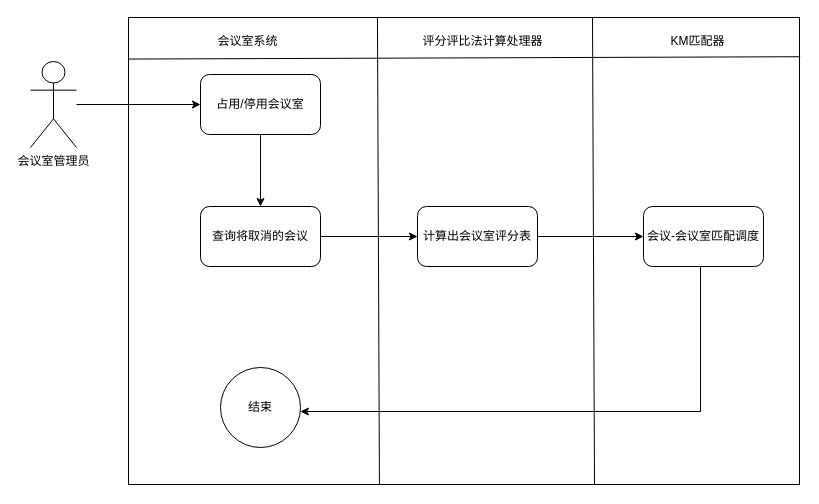
The draw.io diagram 专利11.drawio in laowang-cloud/diagrams, before the edit. Source tidied: cells renumbered, new cells numbered last; positions are measured from the earlier drawing's top-left corner, leaving out a move shared by most shapes. Both pictures are drawn from the tidied source at 100%, with x=0, y=0 at pixel (30, 17).
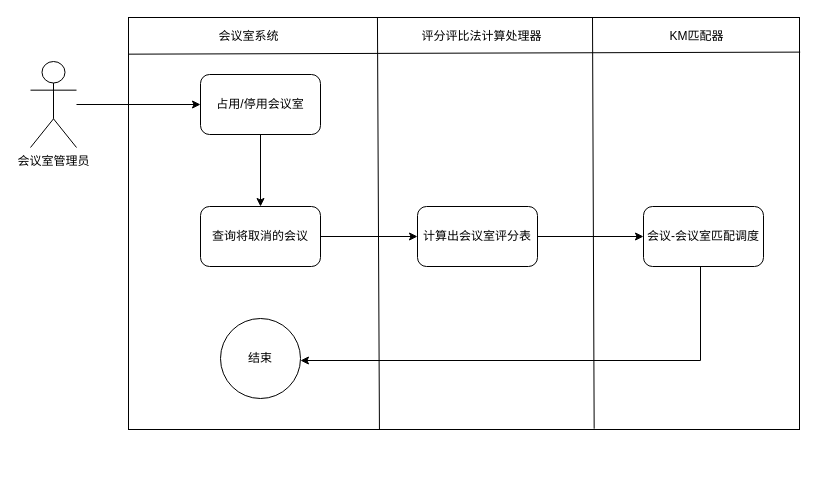
The same diagram, later.

Unchanged cells that the change refers to:
```xml
<mxCell id="10" value="会议-会议室匹配调度" style="rounded=1;whiteSpace=wrap;html=1;" parent="1" vertex="1">
  <mxGeometry x="613" y="189" width="120" height="60" as="geometry" />
</mxCell>
```

The edit, as a diff of the source:
```diff
@@
     <mxCell id="2" style="rounded=0;whiteSpace=wrap;html=1;" parent="1" vertex="1">
-      <mxGeometry x="98" width="671" height="467" as="geometry" />
+      <mxGeometry x="98" width="671" height="412" as="geometry" />
     </mxCell>
@@
     <mxCell id="9" style="edgeStyle=orthogonalEdgeStyle;rounded=0;jettySize=auto;html=1;" parent="1" edge="1" source="10" target="11">
       <mxGeometry relative="1" as="geometry">
         <Array as="points">
-          <mxPoint x="670" y="394" />
+          <mxPoint x="670" y="343" />
         </Array>
       </mxGeometry>
     </mxCell>
@@
     <mxCell id="11" value="结束" style="ellipse;whiteSpace=wrap;html=1;" parent="1" vertex="1">
-      <mxGeometry x="190" y="350" width="80" height="80" as="geometry" />
+      <mxGeometry x="190" y="301" width="80" height="80" as="geometry" />
     </mxCell>
@@
-    <mxCell id="16" style="endArrow=none;html=1;rounded=0;entryX=0.371;entryY=-0.001;entryDx=0;entryDy=0;entryPerimeter=0;exitX=0.374;exitY=1;exitDx=0;exitDy=0;exitPerimeter=0;" parent="1" edge="1">
+    <mxCell id="16" style="endArrow=none;html=1;rounded=0;entryX=0.371;entryY=-0.001;entryDx=0;entryDy=0;entryPerimeter=0;exitX=0.694;exitY=0.998;exitDx=0;exitDy=0;exitPerimeter=0;" parent="1" edge="1" source="2">
       <mxGeometry relative="1" as="geometry">
-        <mxPoint x="564" y="467.5" as="sourcePoint" />
         <mxPoint x="562" as="targetPoint" />
       </mxGeometry>
     </mxCell>
     <mxCell id="17" value="会议室系统" style="text;html=1;strokeColor=none;fillColor=none;align=center;verticalAlign=middle;whiteSpace=wrap;rounded=0;" parent="1" vertex="1">
-      <mxGeometry x="155" y="9" width="125" height="30" as="geometry" />
+      <mxGeometry x="156" y="4" width="125" height="30" as="geometry" />
     </mxCell>
     <mxCell id="18" value="评分评比法计算处理器" style="text;html=1;strokeColor=none;fillColor=none;align=center;verticalAlign=middle;whiteSpace=wrap;rounded=0;" parent="1" vertex="1">
-      <mxGeometry x="390" y="9" width="125" height="30" as="geometry" />
+      <mxGeometry x="389" y="4" width="125" height="30" as="geometry" />
     </mxCell>
     <mxCell id="19" value="KM匹配器" style="text;html=1;strokeColor=none;fillColor=none;align=center;verticalAlign=middle;whiteSpace=wrap;rounded=0;" parent="1" vertex="1">
-      <mxGeometry x="605" y="9" width="125" height="30" as="geometry" />
+      <mxGeometry x="604" y="4" width="125" height="30" as="geometry" />
     </mxCell>
```
